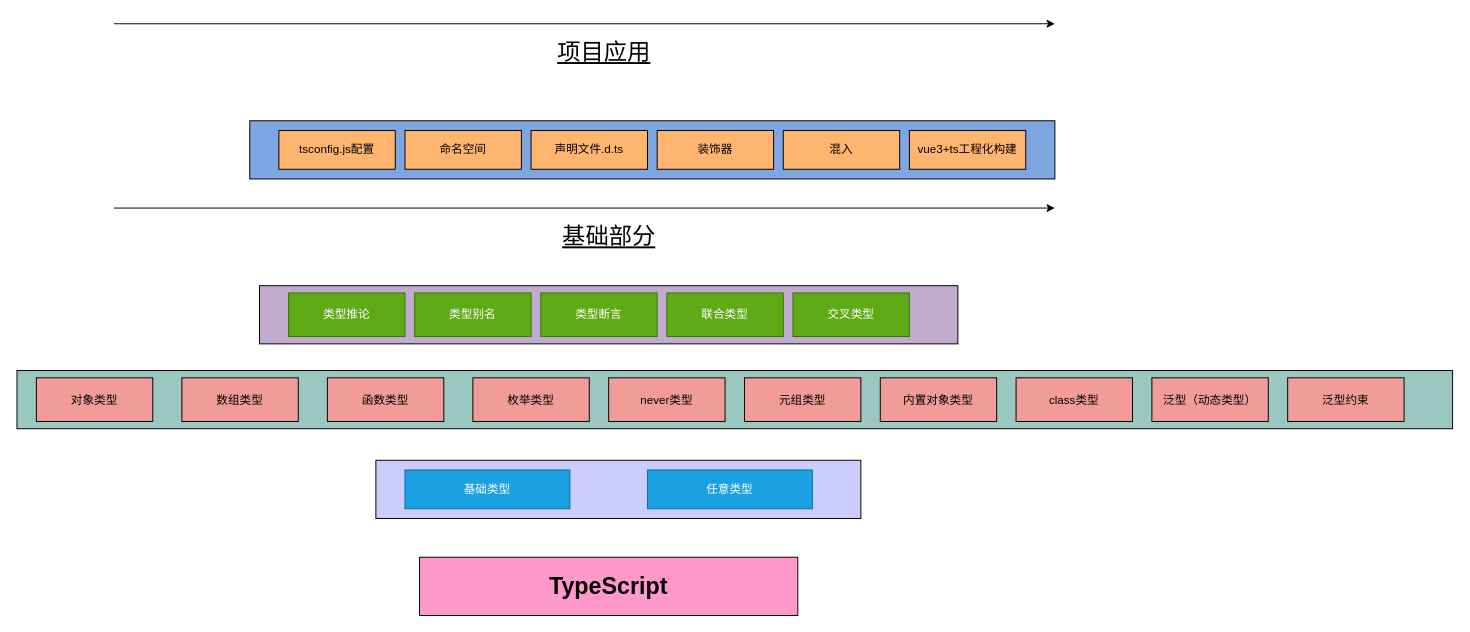
This is typescript知识图.drawio from littleMeow0/ts-notes, a draw.io file, before an edit. Source tidied: cells renumbered, new cells numbered last; positions are measured from the earlier drawing's top-left corner, leaving out a move shared by most shapes. Both pictures are drawn from the tidied source at 97%, with x=0, y=0 at pixel (16, 23).
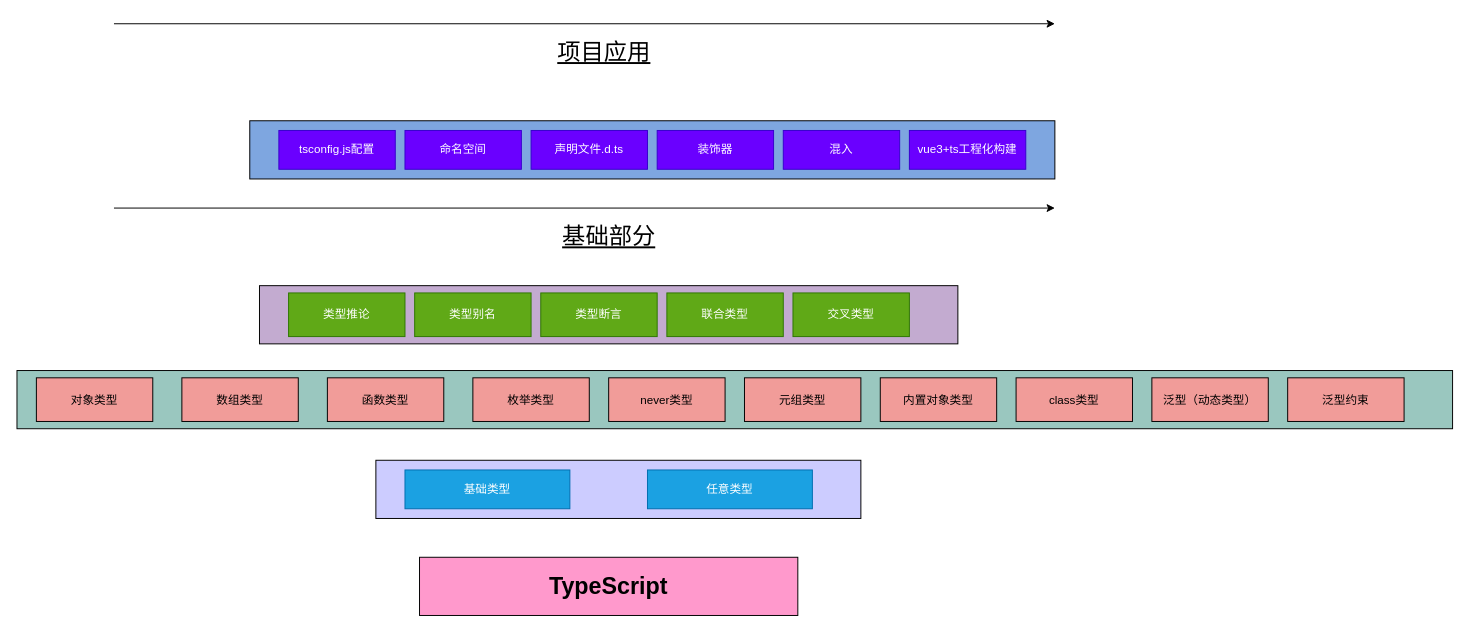
The same page after the edit.

Commit message:
更新知识图片背景色

What changed in the source:
```diff
@@
-    <mxCell id="26" value="tsconfig.js配置" style="rounded=0;whiteSpace=wrap;html=1;fillColor=#FFB570;" parent="1" vertex="1">
+    <mxCell id="26" value="tsconfig.js配置" style="rounded=0;whiteSpace=wrap;html=1;fillColor=#6a00ff;fontColor=#ffffff;strokeColor=#3700CC;" parent="1" vertex="1">
       <mxGeometry x="270" y="110" width="120" height="40" as="geometry" />
     </mxCell>
-    <mxCell id="27" value="命名空间" style="rounded=0;whiteSpace=wrap;html=1;fillColor=#FFB570;" parent="1" vertex="1">
+    <mxCell id="27" value="命名空间" style="rounded=0;whiteSpace=wrap;html=1;fillColor=#6a00ff;fontColor=#ffffff;strokeColor=#3700CC;" parent="1" vertex="1">
       <mxGeometry x="400" y="110" width="120" height="40" as="geometry" />
     </mxCell>
-    <mxCell id="28" value="声明文件.d.ts" style="rounded=0;whiteSpace=wrap;html=1;fillColor=#FFB570;" parent="1" vertex="1">
+    <mxCell id="28" value="声明文件.d.ts" style="rounded=0;whiteSpace=wrap;html=1;fillColor=#6a00ff;fontColor=#ffffff;strokeColor=#3700CC;" parent="1" vertex="1">
       <mxGeometry x="530" y="110" width="120" height="40" as="geometry" />
     </mxCell>
-    <mxCell id="29" value="装饰器" style="rounded=0;whiteSpace=wrap;html=1;fillColor=#FFB570;" parent="1" vertex="1">
+    <mxCell id="29" value="装饰器" style="rounded=0;whiteSpace=wrap;html=1;fillColor=#6a00ff;fontColor=#ffffff;strokeColor=#3700CC;" parent="1" vertex="1">
       <mxGeometry x="660" y="110" width="120" height="40" as="geometry" />
     </mxCell>
-    <mxCell id="30" value="混入" style="rounded=0;whiteSpace=wrap;html=1;fillColor=#FFB570;" parent="1" vertex="1">
+    <mxCell id="30" value="混入" style="rounded=0;whiteSpace=wrap;html=1;fillColor=#6a00ff;fontColor=#ffffff;strokeColor=#3700CC;" parent="1" vertex="1">
       <mxGeometry x="790" y="110" width="120" height="40" as="geometry" />
     </mxCell>
-    <mxCell id="31" value="vue3+ts工程化构建" style="rounded=0;whiteSpace=wrap;html=1;fillColor=#FFB570;" parent="1" vertex="1">
+    <mxCell id="31" value="vue3+ts工程化构建" style="rounded=0;whiteSpace=wrap;html=1;fillColor=#6a00ff;fontColor=#ffffff;strokeColor=#3700CC;" parent="1" vertex="1">
       <mxGeometry x="920" y="110" width="120" height="40" as="geometry" />
     </mxCell>
```
